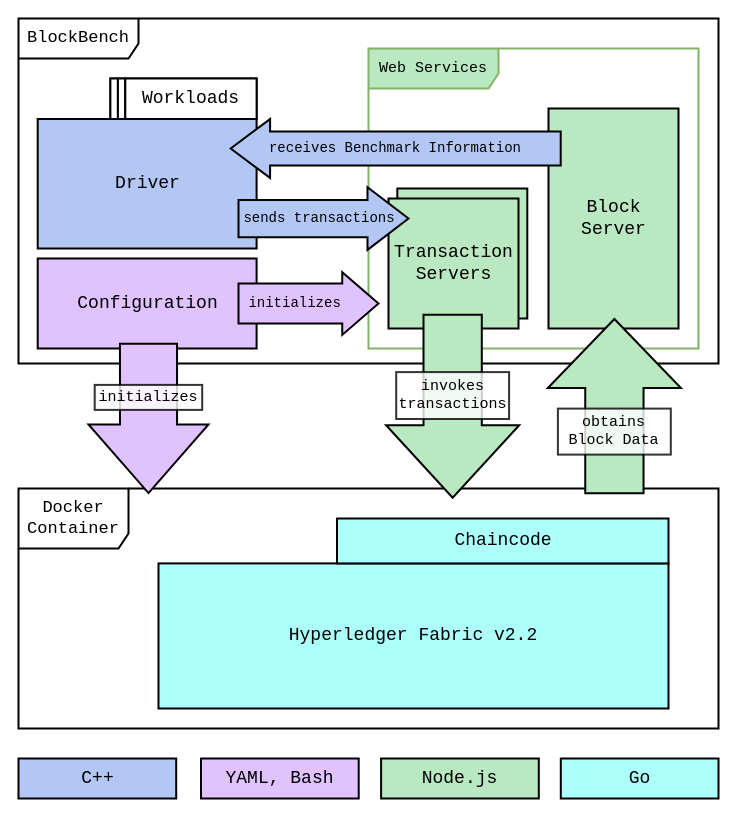
Earlier version of the draw.io diagram diagrams/BlockbenchArchitectureDetailed.drawio (David-Sat/blockbench-setup). Source tidied: cells renumbered, new cells numbered last; positions are measured from the earlier drawing's top-left corner, leaving out a move shared by most shapes. Both pictures are drawn from the tidied source at 100%, with x=0, y=0 at pixel (18, 18).
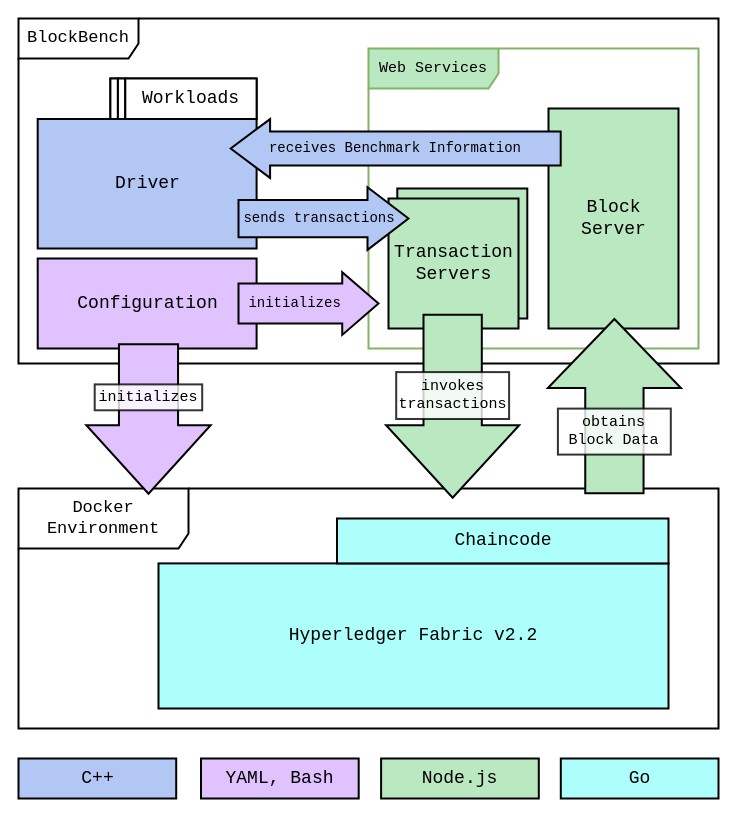
The same page after the edit.

What changed in the source:
```diff
@@
-    <mxCell id="6" value="&lt;font style=&quot;font-size: 17px&quot;&gt;Docker Container&lt;/font&gt;" style="shape=umlFrame;whiteSpace=wrap;html=1;width=110;height=60;strokeWidth=2;fontFamily=Courier New;fontSize=15;" parent="1" vertex="1">
+    <mxCell id="6" value="&lt;font style=&quot;font-size: 17px&quot;&gt;Docker Environment&lt;/font&gt;" style="shape=umlFrame;whiteSpace=wrap;html=1;width=170;height=60;strokeWidth=2;fontFamily=Courier New;fontSize=15;" parent="1" vertex="1">
       <mxGeometry y="470" width="700" height="240" as="geometry" />
     </mxCell>
@@
     <mxCell id="26" style="group;strokeWidth=2;" parent="1" vertex="1">
-      <mxGeometry x="70" y="325.2" width="120" height="149.4" as="geometry" />
+      <mxGeometry x="70" y="323.2" width="120" height="154.8" as="geometry" />
     </mxCell>
     <mxCell id="27" style="shape=singleArrow;whiteSpace=wrap;html=1;arrowWidth=0.47558333333333375;arrowSize=0.459228760795341;rotation=90;strokeWidth=2;fontFamily=Courier New;fontSize=18;fillColor=#E0C2FF;" parent="26" vertex="1">
-      <mxGeometry x="-14.7" y="14.7" width="149.4" height="120" as="geometry" />
+      <mxGeometry x="-14.7" y="15.2" width="149.4" height="124.3" as="geometry" />
     </mxCell>
     <mxCell id="28" value="initializes" style="rounded=0;whiteSpace=wrap;html=1;sketch=0;strokeWidth=2;gradientColor=none;fontFamily=Courier New;fontSize=15;opacity=80;" parent="26" vertex="1">
-      <mxGeometry x="6.2" y="41.2" width="107.5" height="25" as="geometry" />
+      <mxGeometry x="6.2" y="42.7" width="107.5" height="25.9" as="geometry" />
     </mxCell>
```
